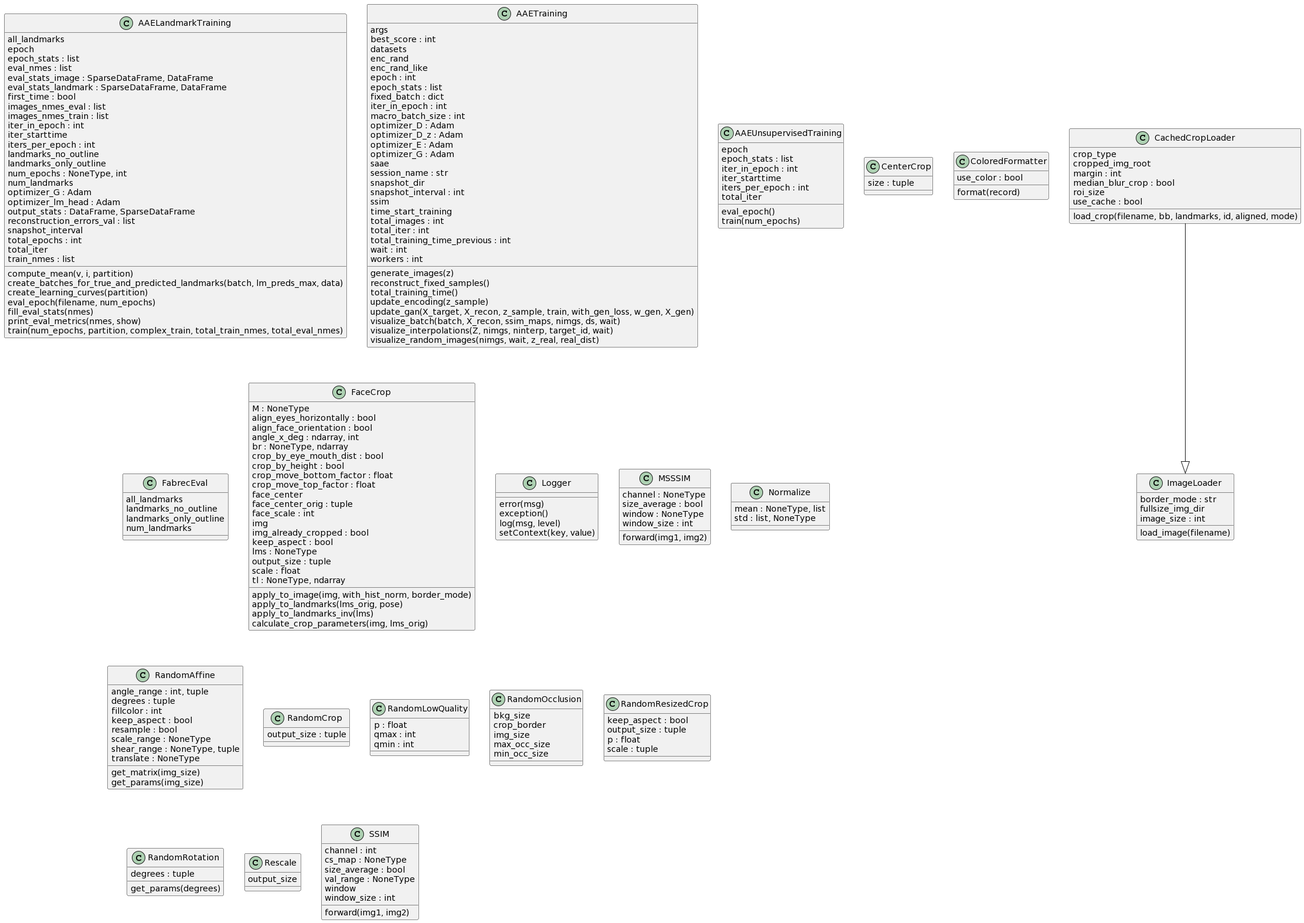
Above: Memoria/img/diagrama_clases.png in alejbormeg/TFG-LandmarkDetectionAndCNNAnalysis (PlantUML), before the change.
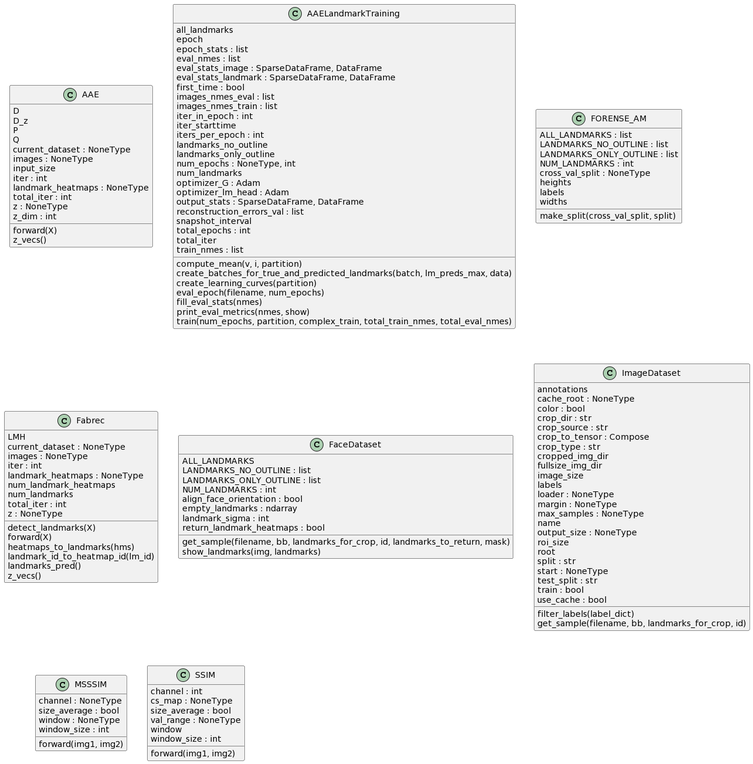
Later version of the same file.

The edit, as a diff of the source:
```diff
@@ -1,5 +1,21 @@
 @startuml
 set namespaceSeparator none
+class "AAE" as 3FabRec.networks.aae.AAE {
+  D
+  D_z
+  P
+  Q
+  current_dataset : NoneType
+  images : NoneType
+  input_size
+  iter : int
+  landmark_heatmaps : NoneType
+  total_iter : int
+  z : NoneType
+  z_dim : int
+  forward(X)
+  z_vecs()
+}
 class "AAELandmarkTraining" as 3FabRec.train_aae_landmarks.AAELandmarkTraining {
   all_landmarks
   epoch
@@ -19,7 +35,7 @@
   num_landmarks
   optimizer_G : Adam
   optimizer_lm_head : Adam
-  output_stats : DataFrame, SparseDataFrame
+  output_stats : SparseDataFrame, DataFrame
   reconstruction_errors_val : list
   snapshot_interval
   total_epochs : int
@@ -33,110 +49,72 @@
   print_eval_metrics(nmes, show)
   train(num_epochs, partition, complex_train, total_train_nmes, total_eval_nmes)
 }
-class "AAETraining" as 3FabRec.aae_training.AAETraining {
-  args
-  best_score : int
-  datasets
-  enc_rand
-  enc_rand_like
-  epoch : int
-  epoch_stats : list
-  fixed_batch : dict
-  iter_in_epoch : int
-  macro_batch_size : int
-  optimizer_D : Adam
-  optimizer_D_z : Adam
-  optimizer_E : Adam
-  optimizer_G : Adam
-  saae
-  session_name : str
-  snapshot_dir
-  snapshot_interval : int
-  ssim
-  time_start_training
-  total_images : int
+class "FORENSE_AM" as 3FabRec.datasets.forense_am.FORENSE_AM {
+  ALL_LANDMARKS : list
+  LANDMARKS_NO_OUTLINE : list
+  LANDMARKS_ONLY_OUTLINE : list
+  NUM_LANDMARKS : int
+  cross_val_split : NoneType
+  heights
+  labels
+  widths
+  make_split(cross_val_split, split)
+}
+class "Fabrec" as 3FabRec.landmarks.fabrec.Fabrec {
+  LMH
+  current_dataset : NoneType
+  images : NoneType
+  iter : int
+  landmark_heatmaps : NoneType
+  num_landmark_heatmaps
+  num_landmarks
   total_iter : int
-  total_training_time_previous : int
-  wait : int
-  workers : int
-  generate_images(z)
-  reconstruct_fixed_samples()
-  total_training_time()
-  update_encoding(z_sample)
-  update_gan(X_target, X_recon, z_sample, train, with_gen_loss, w_gen, X_gen)
-  visualize_batch(batch, X_recon, ssim_maps, nimgs, ds, wait)
-  visualize_interpolations(Z, nimgs, ninterp, target_id, wait)
-  visualize_random_images(nimgs, wait, z_real, real_dist)
+  z : NoneType
+  detect_landmarks(X)
+  forward(X)
+  heatmaps_to_landmarks(hms)
+  landmark_id_to_heatmap_id(lm_id)
+  landmarks_pred()
+  z_vecs()
 }
-class "AAEUnsupervisedTraining" as 3FabRec.train_aae_unsupervised.AAEUnsupervisedTraining {
-  epoch
-  epoch_stats : list
-  iter_in_epoch : int
-  iter_starttime
-  iters_per_epoch : int
-  total_iter
-  eval_epoch()
-  train(num_epochs)
+class "FaceDataset" as 3FabRec.datasets.facedataset.FaceDataset {
+  ALL_LANDMARKS
+  LANDMARKS_NO_OUTLINE : list
+  LANDMARKS_ONLY_OUTLINE : list
+  NUM_LANDMARKS : int
+  align_face_orientation : bool
+  empty_landmarks : ndarray
+  landmark_sigma : int
+  return_landmark_heatmaps : bool
+  get_sample(filename, bb, landmarks_for_crop, id, landmarks_to_return, mask)
+  show_landmarks(img, landmarks)
 }
-
-class "CachedCropLoader" as 3FabRec.csl_common.utils.image_loader.CachedCropLoader {
-  crop_type
-  cropped_img_root
-  margin : int
-  median_blur_crop : bool
+class "ImageDataset" as 3FabRec.datasets.imagedataset.ImageDataset {
+  annotations
+  cache_root : NoneType
+  color : bool
+  crop_dir : str
+  crop_source : str
+  crop_to_tensor : Compose
+  crop_type : str
+  cropped_img_dir
+  fullsize_img_dir
+  image_size
+  labels
+  loader : NoneType
+  margin : NoneType
+  max_samples : NoneType
+  name
+  output_size : NoneType
   roi_size
+  root
+  split : str
+  start : NoneType
+  test_split : str
+  train : bool
   use_cache : bool
-  load_crop(filename, bb, landmarks, id, aligned, mode)
-}
-class "CenterCrop" as 3FabRec.csl_common.utils.transforms.CenterCrop {
-  size : tuple
-}
-class "ColoredFormatter" as 3FabRec.csl_common.utils.logger.ColoredFormatter {
-  use_color : bool
-  format(record)
-}
-class "FabrecEval" as 3FabRec.eval_landmarks.FabrecEval {
-  all_landmarks
-  landmarks_no_outline
-  landmarks_only_outline
-  num_landmarks
-}
-class "FaceCrop" as 3FabRec.csl_common.utils.cropping.FaceCrop {
-  M : NoneType
-  align_eyes_horizontally : bool
-  align_face_orientation : bool
-  angle_x_deg : ndarray, int
-  br : NoneType, ndarray
-  crop_by_eye_mouth_dist : bool
-  crop_by_height : bool
-  crop_move_bottom_factor : float
-  crop_move_top_factor : float
-  face_center
-  face_center_orig : tuple
-  face_scale : int
-  img
-  img_already_cropped : bool
-  keep_aspect : bool
-  lms : NoneType
-  output_size : tuple
-  scale : float
-  tl : NoneType, ndarray
-  apply_to_image(img, with_hist_norm, border_mode)
-  apply_to_landmarks(lms_orig, pose)
-  apply_to_landmarks_inv(lms)
-  calculate_crop_parameters(img, lms_orig)
-}
-class "ImageLoader" as 3FabRec.csl_common.utils.image_loader.ImageLoader {
-  border_mode : str
-  fullsize_img_dir
-  image_size : int
-  load_image(filename)
-}
-class "Logger" as 3FabRec.csl_common.utils.logger.Logger {
-  error(msg)
-  exception()
-  log(msg, level)
-  setContext(key, value)
+  filter_labels(label_dict)
+  get_sample(filename, bb, landmarks_for_crop, id)
 }
 class "MSSSIM" as 3FabRec.csl_common.metrics.ssim.MSSSIM {
   channel : NoneType
@@ -144,51 +122,6 @@
   window : NoneType
   window_size : int
   forward(img1, img2)
-}
-class "Normalize" as 3FabRec.csl_common.utils.transforms.Normalize {
-  mean : NoneType, list
-  std : list, NoneType
-}
-class "RandomAffine" as 3FabRec.csl_common.utils.transforms.RandomAffine {
-  angle_range : int, tuple
-  degrees : tuple
-  fillcolor : int
-  keep_aspect : bool
-  resample : bool
-  scale_range : NoneType
-  shear_range : NoneType, tuple
-  translate : NoneType
-  get_matrix(img_size)
-  get_params(img_size)
-}
-class "RandomCrop" as 3FabRec.csl_common.utils.transforms.RandomCrop {
-  output_size : tuple
-}
-
-class "RandomLowQuality" as 3FabRec.csl_common.utils.transforms.RandomLowQuality {
-  p : float
-  qmax : int
-  qmin : int
-}
-class "RandomOcclusion" as 3FabRec.csl_common.utils.transforms.RandomOcclusion {
-  bkg_size
-  crop_border
-  img_size
-  max_occ_size
-  min_occ_size
-}
-class "RandomResizedCrop" as 3FabRec.csl_common.utils.transforms.RandomResizedCrop {
-  keep_aspect : bool
-  output_size : tuple
-  p : float
-  scale : tuple
-}
-class "RandomRotation" as 3FabRec.csl_common.utils.transforms.RandomRotation {
-  degrees : tuple
-  get_params(degrees)
-}
-class "Rescale" as 3FabRec.csl_common.utils.transforms.Rescale {
-  output_size
 }
 class "SSIM" as 3FabRec.csl_common.metrics.ssim.SSIM {
   channel : int
@@ -199,5 +132,4 @@
   window_size : int
   forward(img1, img2)
 }
-3FabRec.csl_common.utils.image_loader.CachedCropLoader --|> 3FabRec.csl_common.utils.image_loader.ImageLoader
 @enduml
```
